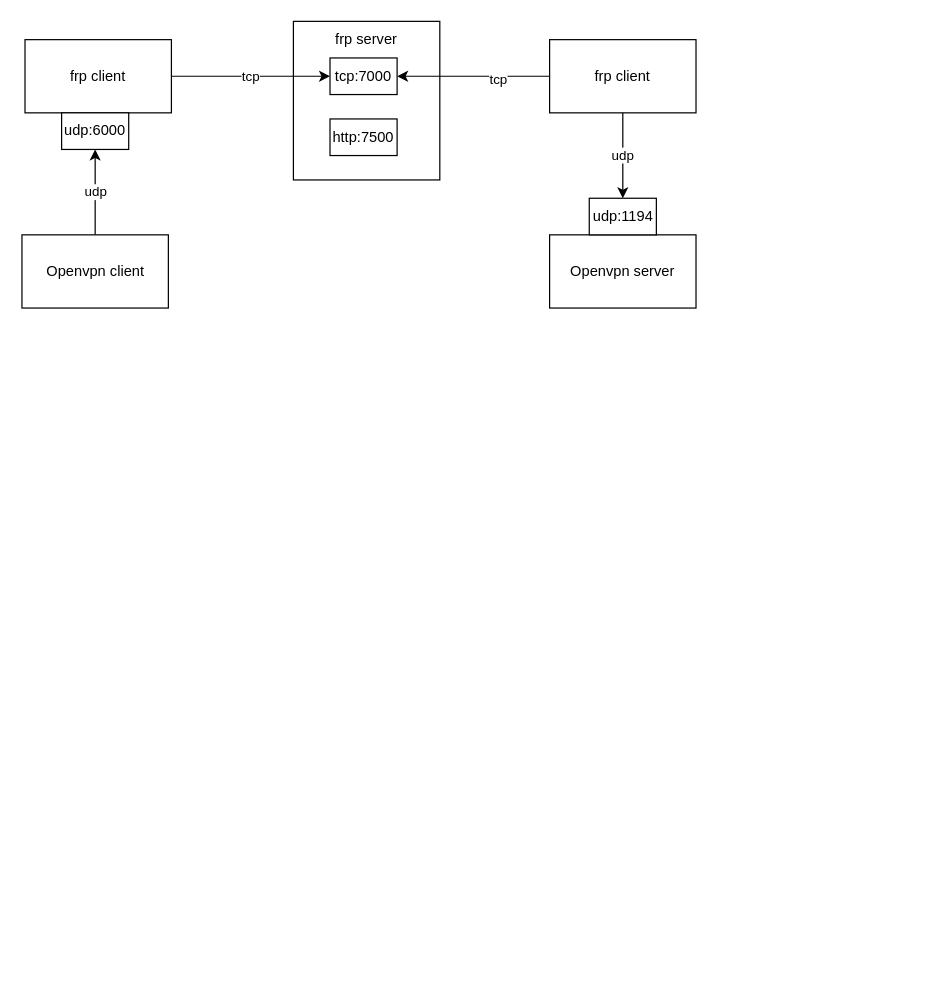
Before: frp.drawio in huhailong147/Test, a draw.io diagram. Source tidied: cells renumbered, new cells numbered last; positions are measured from the earlier drawing's top-left corner, leaving out a move shared by most shapes. Both pictures are drawn from the tidied source at 122%, with x=0, y=0 at pixel (22, 21).
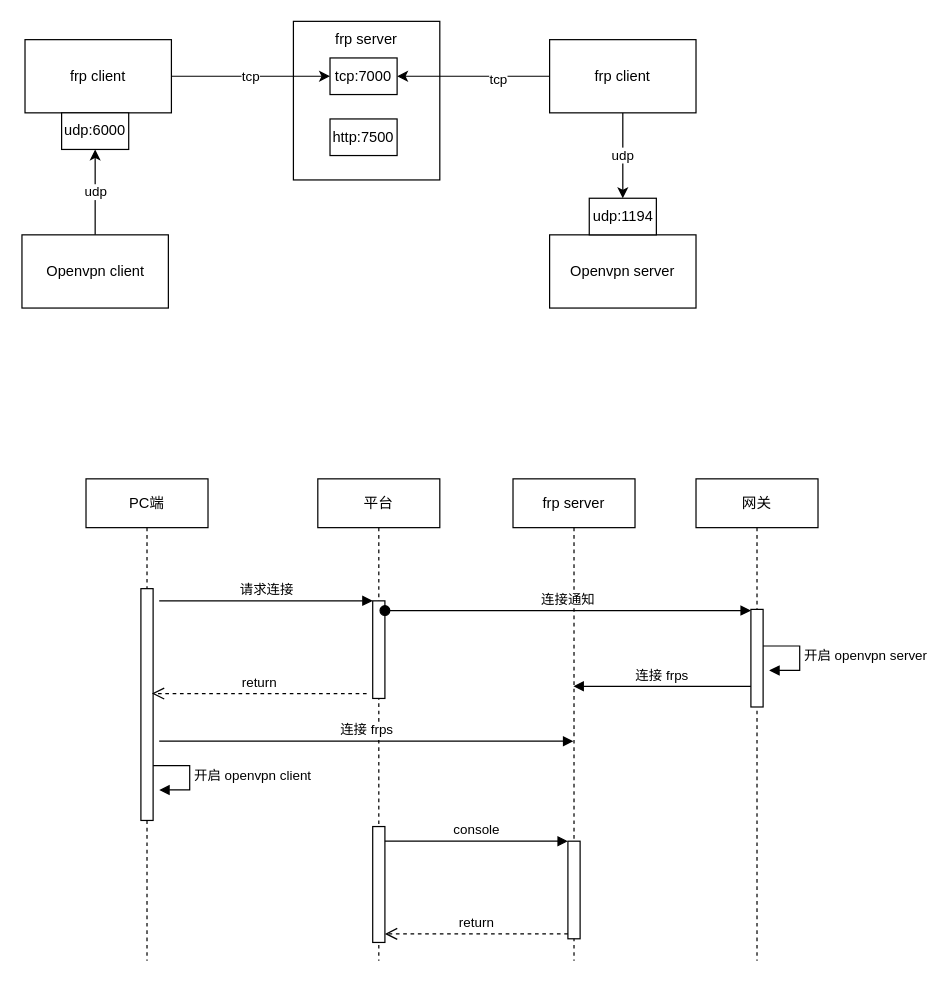
The same page after the edit.

The edit, as a diff of the source:
```diff
@@
+    <mxCell id="17" value="平台" style="shape=umlLifeline;perimeter=lifelinePerimeter;whiteSpace=wrap;html=1;" parent="1" vertex="1">
+      <mxGeometry x="242" y="375" width="100" height="395" as="geometry" />
+    </mxCell>
+    <mxCell id="18" style="html=1;points=[];perimeter=orthogonalPerimeter;" parent="17" vertex="1">
+      <mxGeometry x="45" y="100" width="10" height="80" as="geometry" />
+    </mxCell>
+    <mxCell id="19" style="html=1;points=[];perimeter=orthogonalPerimeter;" parent="17" vertex="1">
+      <mxGeometry x="45" y="285" width="10" height="95" as="geometry" />
+    </mxCell>
+    <mxCell id="20" value="PC端" style="shape=umlLifeline;perimeter=lifelinePerimeter;whiteSpace=wrap;html=1;" parent="1" vertex="1">
+      <mxGeometry x="52" y="375" width="100" height="395" as="geometry" />
+    </mxCell>
+    <mxCell id="21" style="html=1;perimeter=orthogonalPerimeter;" parent="20" vertex="1">
+      <mxGeometry x="45" y="90" width="10" height="190" as="geometry" />
+    </mxCell>
+    <mxCell id="22" value="连接 frps" style="html=1;verticalAlign=bottom;endArrow=block;rounded=0;" parent="20" edge="1" target="24">
+      <mxGeometry relative="1" as="geometry">
+        <mxPoint x="60" y="215" as="sourcePoint" />
+      </mxGeometry>
+    </mxCell>
+    <mxCell id="23" value="开启 openvpn client" style="edgeStyle=orthogonalEdgeStyle;html=1;align=left;spacingLeft=2;endArrow=block;rounded=0;entryX=1;entryY=0;" parent="20" edge="1">
+      <mxGeometry relative="1" as="geometry">
+        <mxPoint x="55" y="235" as="sourcePoint" />
+        <mxPoint x="60" y="255" as="targetPoint" />
+        <Array as="points">
+          <mxPoint x="85" y="235" />
+        </Array>
+      </mxGeometry>
+    </mxCell>
+    <mxCell id="24" value="frp server" style="shape=umlLifeline;perimeter=lifelinePerimeter;whiteSpace=wrap;html=1;outlineConnect=0;" parent="1" vertex="1">
+      <mxGeometry x="402" y="375" width="100" height="395" as="geometry" />
+    </mxCell>
+    <mxCell id="25" style="html=1;points=[];perimeter=orthogonalPerimeter;" parent="24" vertex="1">
+      <mxGeometry x="45" y="297" width="10" height="80" as="geometry" />
+    </mxCell>
+    <mxCell id="26" value="网关" style="shape=umlLifeline;perimeter=lifelinePerimeter;whiteSpace=wrap;html=1;" parent="1" vertex="1">
+      <mxGeometry x="552" y="375" width="100" height="395" as="geometry" />
+    </mxCell>
+    <mxCell id="27" style="html=1;points=[];perimeter=orthogonalPerimeter;" parent="26" vertex="1">
+      <mxGeometry x="45" y="107" width="10" height="80" as="geometry" />
+    </mxCell>
+    <mxCell id="28" value="开启 openvpn server" style="edgeStyle=orthogonalEdgeStyle;html=1;align=left;spacingLeft=2;endArrow=block;rounded=0;entryX=1;entryY=0;" parent="26" edge="1">
+      <mxGeometry relative="1" as="geometry">
+        <mxPoint x="55" y="137" as="sourcePoint" />
+        <mxPoint x="60" y="157" as="targetPoint" />
+        <Array as="points">
+          <mxPoint x="85" y="137" />
+        </Array>
+      </mxGeometry>
+    </mxCell>
+    <mxCell id="29" value="请求连接" style="html=1;verticalAlign=bottom;endArrow=block;entryX=0;entryY=0;rounded=0;" parent="1" edge="1" target="18">
+      <mxGeometry relative="1" as="geometry">
+        <mxPoint x="112" y="475" as="sourcePoint" />
+      </mxGeometry>
+    </mxCell>
+    <mxCell id="30" value="return" style="html=1;verticalAlign=bottom;endArrow=open;dashed=1;endSize=8;rounded=0;" parent="1" edge="1">
+      <mxGeometry relative="1" as="geometry">
+        <mxPoint x="282" y="551" as="sourcePoint" />
+        <mxPoint x="106" y="551" as="targetPoint" />
+      </mxGeometry>
+    </mxCell>
+    <mxCell id="31" value="连接通知" style="html=1;verticalAlign=bottom;startArrow=oval;endArrow=block;startSize=8;rounded=0;exitX=1;exitY=0.1;exitDx=0;exitDy=0;exitPerimeter=0;" parent="1" edge="1" source="18" target="27">
+      <mxGeometry relative="1" as="geometry" />
+    </mxCell>
+    <mxCell id="32" value="连接 frps" style="html=1;verticalAlign=bottom;endArrow=block;rounded=0;exitX=0;exitY=0.788;exitDx=0;exitDy=0;exitPerimeter=0;" parent="1" edge="1" source="27" target="24">
+      <mxGeometry relative="1" as="geometry" />
+    </mxCell>
+    <mxCell id="33" value="console" style="html=1;verticalAlign=bottom;endArrow=block;entryX=0;entryY=0;rounded=0;exitX=1;exitY=0.126;exitDx=0;exitDy=0;exitPerimeter=0;" parent="1" edge="1" source="19" target="25">
+      <mxGeometry relative="1" as="geometry" />
+    </mxCell>
+    <mxCell id="34" value="return" style="html=1;verticalAlign=bottom;endArrow=open;dashed=1;endSize=8;exitX=0;exitY=0.95;rounded=0;" parent="1" edge="1" source="25" target="19">
+      <mxGeometry relative="1" as="geometry" />
+    </mxCell>
```
